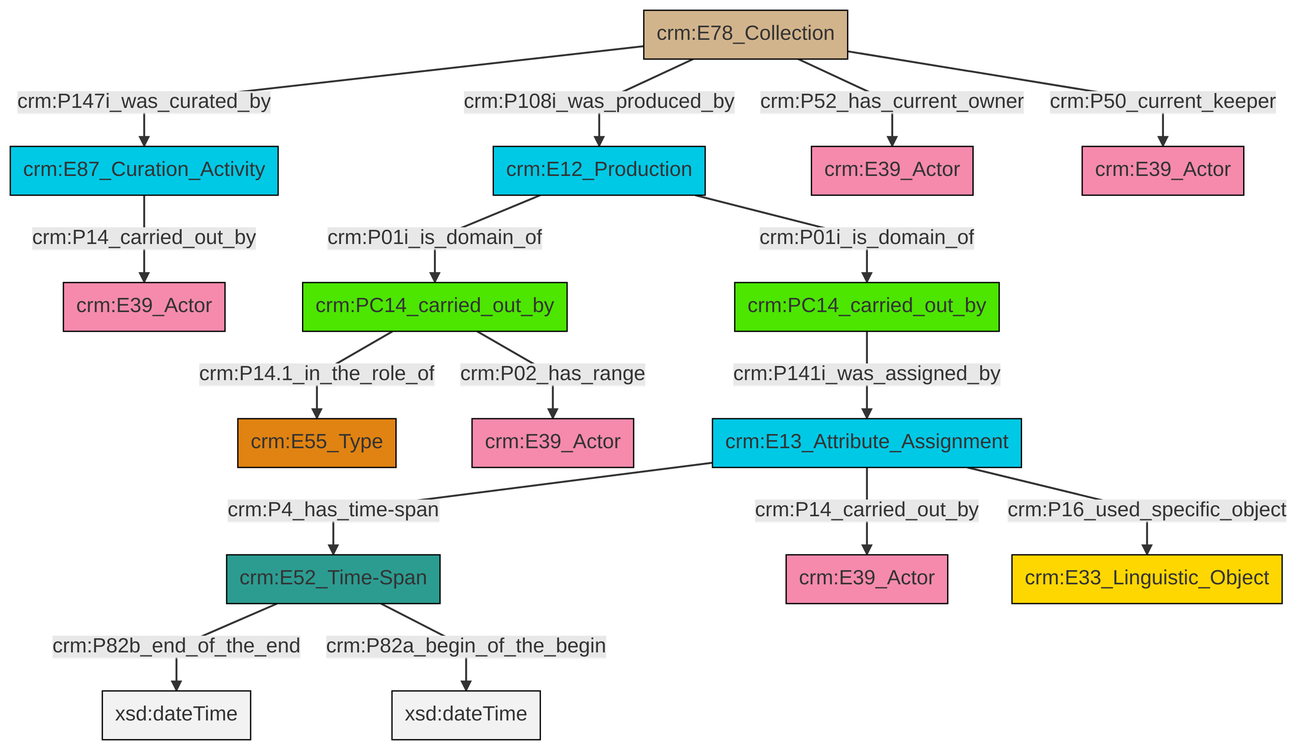
This is et/archivalCSV/ttl/mmd/png/archival_relation.png from swiss-art-research-net/docs.swissartresearch, a Mermaid export, as it was before one commit. Its source is kept beside it as et/archivalCSV/ttl/mmd/archival_relation.ttl.mmd.
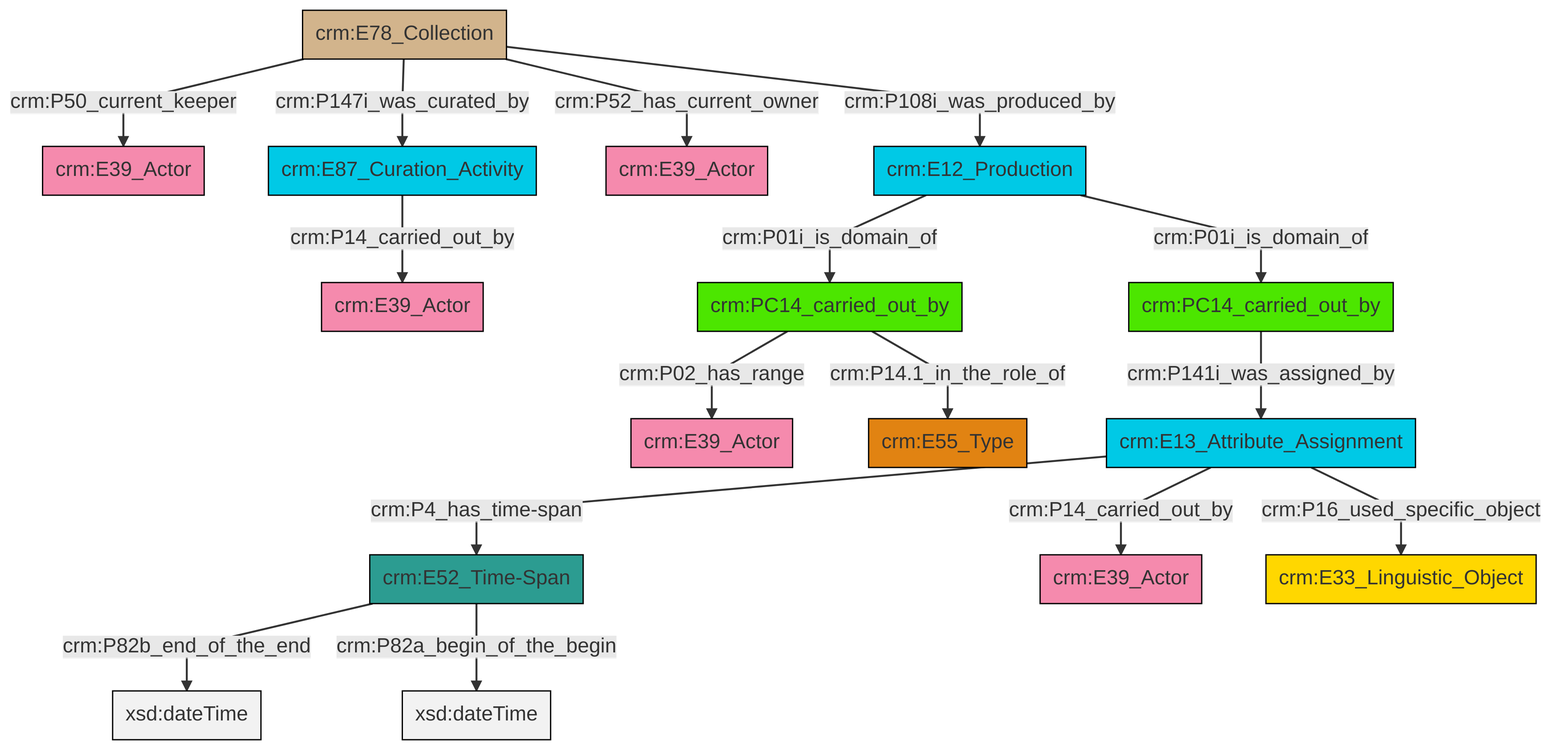
Later version of the same file.

What changed in the source:
```diff
@@ -13,18 +13,18 @@
 classDef PC_Classes fill:#4ce600, stroke:#000000;
 classDef Multi fill:#cccccc,stroke:#000000;
 
-2["crm:E52_Time-Span"]:::Time-Span -->|crm:P82b_end_of_the_end| 3[xsd:dateTime]:::Literal
-8["crm:E12_Production"]:::Temporal_Entity -->|crm:P01i_is_domain_of| 9["crm:PC14_carried_out_by"]:::PC_Classes
-0["crm:E78_Collection"]:::Physical_Thing -->|crm:P147i_was_curated_by| 6["crm:E87_Curation_Activity"]:::Temporal_Entity
-2["crm:E52_Time-Span"]:::Time-Span -->|crm:P82a_begin_of_the_begin| 12[xsd:dateTime]:::Literal
-9["crm:PC14_carried_out_by"]:::PC_Classes -->|crm:P14.1_in_the_role_of| 13["crm:E55_Type"]:::Type
-14["crm:E13_Attribute_Assignment"]:::Temporal_Entity -->|crm:P4_has_time-span| 2["crm:E52_Time-Span"]:::Time-Span
-15["crm:PC14_carried_out_by"]:::PC_Classes -->|crm:P141i_was_assigned_by| 14["crm:E13_Attribute_Assignment"]:::Temporal_Entity
-0["crm:E78_Collection"]:::Physical_Thing -->|crm:P108i_was_produced_by| 8["crm:E12_Production"]:::Temporal_Entity
-6["crm:E87_Curation_Activity"]:::Temporal_Entity -->|crm:P14_carried_out_by| 10["crm:E39_Actor"]:::Actor
-0["crm:E78_Collection"]:::Physical_Thing -->|crm:P52_has_current_owner| 20["crm:E39_Actor"]:::Actor
-14["crm:E13_Attribute_Assignment"]:::Temporal_Entity -->|crm:P14_carried_out_by| 22["crm:E39_Actor"]:::Actor
-14["crm:E13_Attribute_Assignment"]:::Temporal_Entity -->|crm:P16_used_specific_object| 24["crm:E33_Linguistic_Object"]:::Conceptual_Object
-9["crm:PC14_carried_out_by"]:::PC_Classes -->|crm:P02_has_range| 4["crm:E39_Actor"]:::Actor
-8["crm:E12_Production"]:::Temporal_Entity -->|crm:P01i_is_domain_of| 15["crm:PC14_carried_out_by"]:::PC_Classes
-0["crm:E78_Collection"]:::Physical_Thing -->|crm:P50_current_keeper| 28["crm:E39_Actor"]:::Actor
+2["crm:E13_Attribute_Assignment"]:::Temporal_Entity -->|crm:P4_has_time-span| 3["crm:E52_Time-Span"]:::Time-Span
+4["crm:E78_Collection"]:::Physical_Thing -->|crm:P50_current_keeper| 5["crm:E39_Actor"]:::Actor
+7["crm:E12_Production"]:::Temporal_Entity -->|crm:P01i_is_domain_of| 8["crm:PC14_carried_out_by"]:::PC_Classes
+8["crm:PC14_carried_out_by"]:::PC_Classes -->|crm:P02_has_range| 11["crm:E39_Actor"]:::Actor
+8["crm:PC14_carried_out_by"]:::PC_Classes -->|crm:P14.1_in_the_role_of| 12["crm:E55_Type"]:::Type
+4["crm:E78_Collection"]:::Physical_Thing -->|crm:P147i_was_curated_by| 16["crm:E87_Curation_Activity"]:::Temporal_Entity
+2["crm:E13_Attribute_Assignment"]:::Temporal_Entity -->|crm:P14_carried_out_by| 9["crm:E39_Actor"]:::Actor
+4["crm:E78_Collection"]:::Physical_Thing -->|crm:P52_has_current_owner| 0["crm:E39_Actor"]:::Actor
+22["crm:PC14_carried_out_by"]:::PC_Classes -->|crm:P141i_was_assigned_by| 2["crm:E13_Attribute_Assignment"]:::Temporal_Entity
+4["crm:E78_Collection"]:::Physical_Thing -->|crm:P108i_was_produced_by| 7["crm:E12_Production"]:::Temporal_Entity
+3["crm:E52_Time-Span"]:::Time-Span -->|crm:P82b_end_of_the_end| 24[xsd:dateTime]:::Literal
+3["crm:E52_Time-Span"]:::Time-Span -->|crm:P82a_begin_of_the_begin| 25[xsd:dateTime]:::Literal
+16["crm:E87_Curation_Activity"]:::Temporal_Entity -->|crm:P14_carried_out_by| 19["crm:E39_Actor"]:::Actor
+2["crm:E13_Attribute_Assignment"]:::Temporal_Entity -->|crm:P16_used_specific_object| 13["crm:E33_Linguistic_Object"]:::Conceptual_Object
+7["crm:E12_Production"]:::Temporal_Entity -->|crm:P01i_is_domain_of| 22["crm:PC14_carried_out_by"]:::PC_Classes
```
